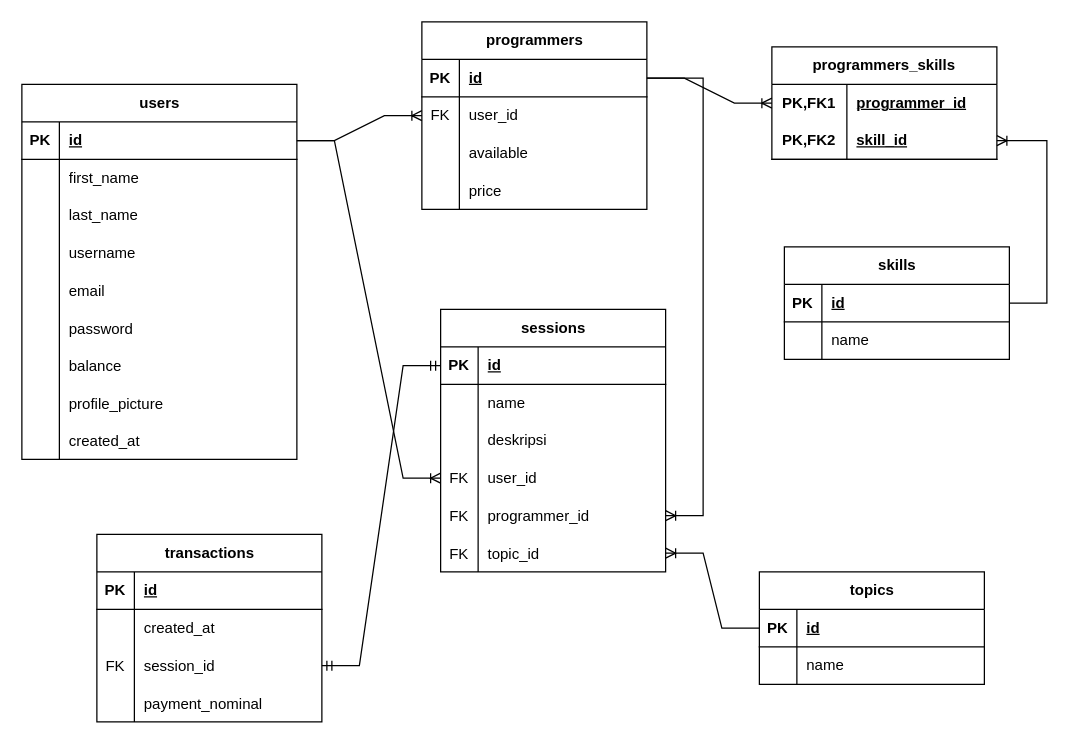
This is page "ERD" (1 of 2) of design/haloDev.drawio from leviis10/halo-dev, a draw.io file, before an edit. Source tidied: cells renumbered, new cells numbered last; positions are measured from the earlier drawing's top-left corner, leaving out a move shared by most shapes. Both pictures are drawn from the tidied source at 125%, with x=0, y=0 at pixel (21, 21).
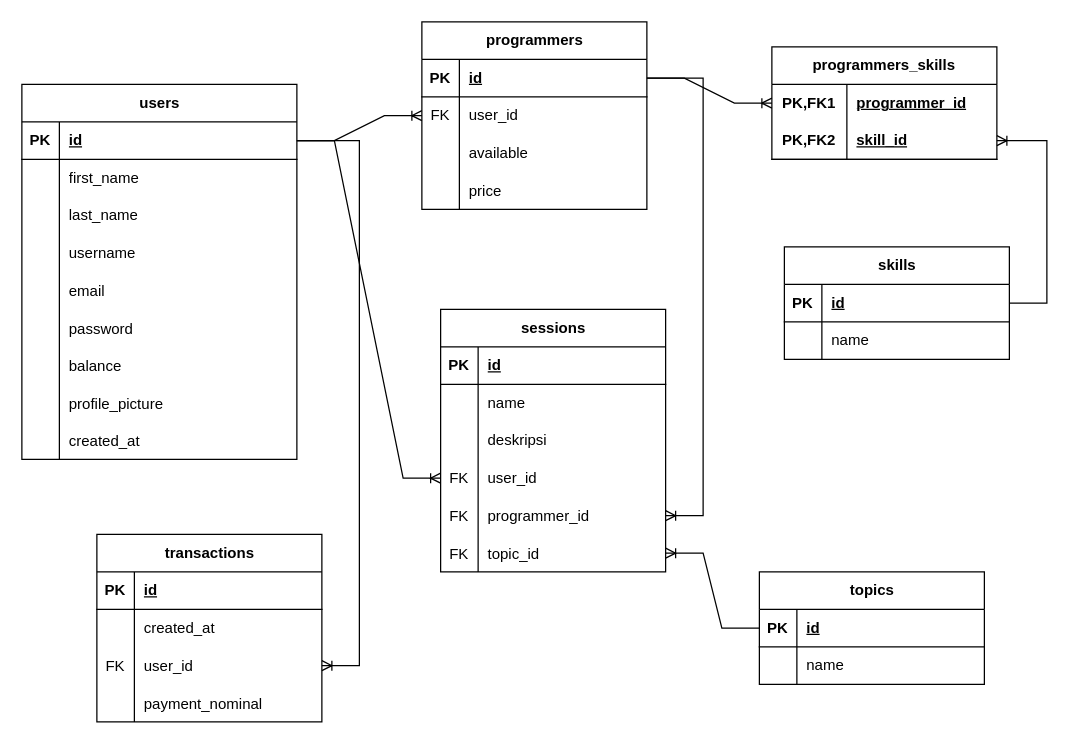
The same page after the edit.

Unchanged cells that the change refers to:
```xml
<mxCell id="3" style="shape=tableRow;horizontal=0;startSize=0;swimlaneHead=0;swimlaneBody=0;fillColor=none;points=[[0,0.5],[1,0.5]];portConstraint=eastwest;top=0;left=0;right=0;bottom=1;" parent="2" vertex="1">
  <mxGeometry y="30" width="220" height="30" as="geometry" />
</mxCell>
<mxCell id="67" style="shape=tableRow;horizontal=0;startSize=0;swimlaneHead=0;swimlaneBody=0;fillColor=none;points=[[0,0.5],[1,0.5]];portConstraint=eastwest;top=0;left=0;right=0;bottom=0;" parent="60" vertex="1">
  <mxGeometry y="90" width="180" height="30" as="geometry" />
</mxCell>
<mxCell id="81" style="shape=tableRow;horizontal=0;startSize=0;swimlaneHead=0;swimlaneBody=0;fillColor=none;points=[[0,0.5],[1,0.5]];portConstraint=eastwest;top=0;left=0;right=0;bottom=1;" parent="80" vertex="1">
  <mxGeometry y="30" width="180" height="30" as="geometry" />
</mxCell>
```

What changed in the source:
```diff
@@
-    <mxCell id="69" value="session_id" style="shape=partialRectangle;fillColor=none;top=0;left=0;bottom=0;right=0;align=left;spacingLeft=6;overflow=hidden;" parent="67" vertex="1">
+    <mxCell id="69" value="user_id" style="shape=partialRectangle;fillColor=none;top=0;left=0;bottom=0;right=0;align=left;spacingLeft=6;overflow=hidden;" parent="67" vertex="1">
       <mxGeometry x="30" width="150" height="30" as="geometry" />
     </mxCell>
@@
-    <mxCell id="101" style="edgeStyle=entityRelationEdgeStyle;fontSize=12;html=1;endArrow=ERmandOne;startArrow=ERmandOne;rounded=0;" parent="1" edge="1" source="81" target="67">
-      <mxGeometry relative="1" as="geometry" />
-    </mxCell>
@@
+    <mxCell id="103" style="edgeStyle=entityRelationEdgeStyle;fontSize=12;html=1;endArrow=ERoneToMany;rounded=0;" parent="1" edge="1" source="3" target="67">
+      <mxGeometry relative="1" as="geometry" />
+    </mxCell>
```
